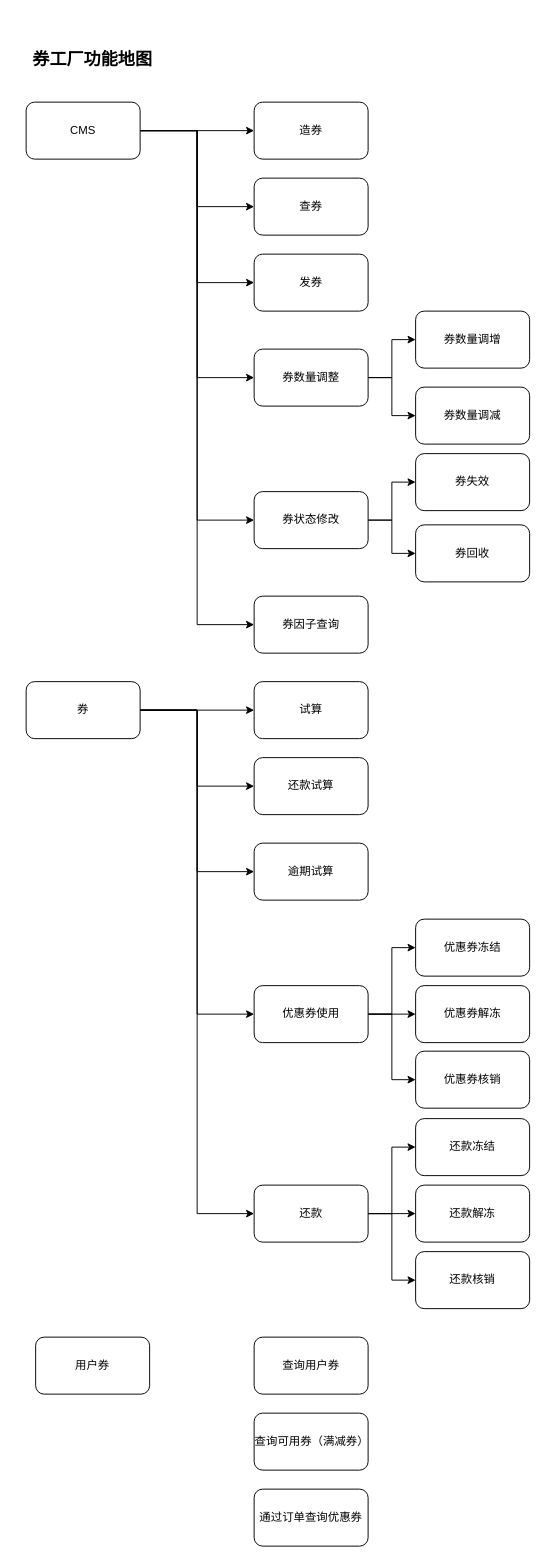
Earlier version of the draw.io diagram marketing/券_功能地图.drawio (gjie1991/draw). Source tidied: cells renumbered, new cells numbered last; positions are measured from the earlier drawing's top-left corner, leaving out a move shared by most shapes. Both pictures are drawn from the tidied source at 95%, with x=0, y=0 at pixel (16, 16).
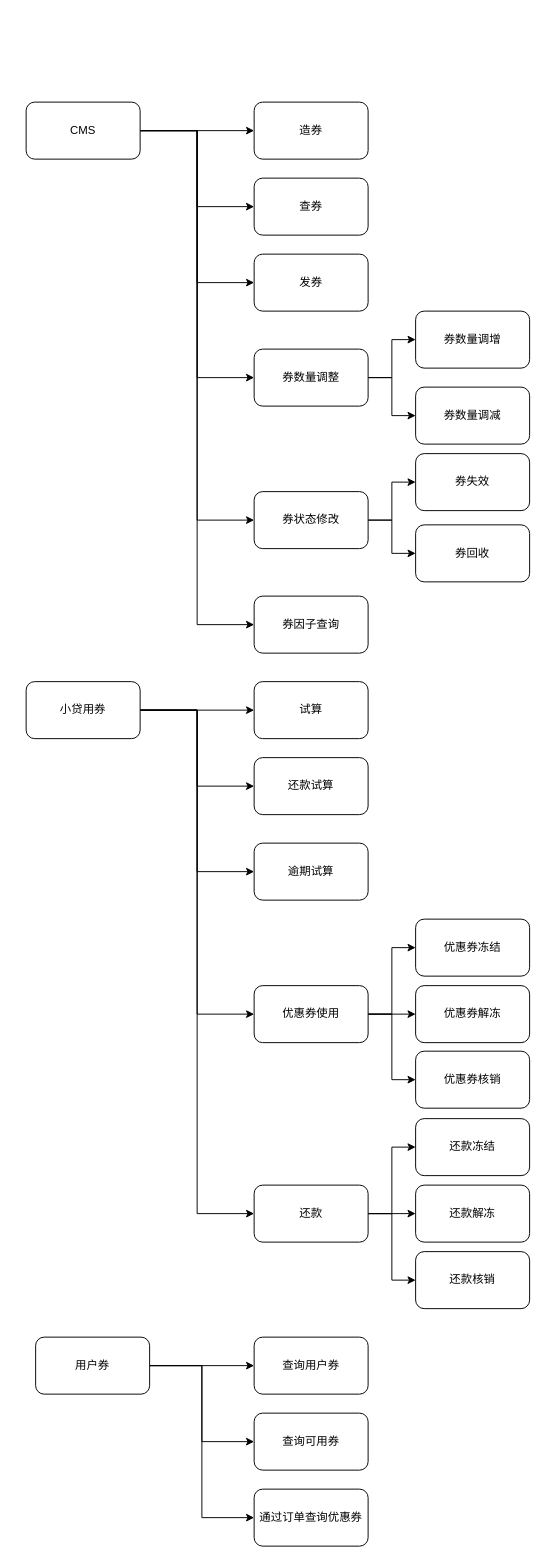
The same page after the edit.

Commit message:
更新券_功能地图.drawio

Unchanged cells that the change refers to:
```xml
<mxCell id="47" value="用户券" style="rounded=1;whiteSpace=wrap;html=1;" parent="1" vertex="1">
  <mxGeometry x="20" y="1390" width="120" height="60" as="geometry" />
</mxCell>
<mxCell id="48" value="查询用户券" style="rounded=1;whiteSpace=wrap;html=1;" parent="1" vertex="1">
  <mxGeometry x="250" y="1390" width="120" height="60" as="geometry" />
</mxCell>
<mxCell id="50" value="通过订单查询优惠券" style="rounded=1;whiteSpace=wrap;html=1;" parent="1" vertex="1">
  <mxGeometry x="250" y="1550" width="120" height="60" as="geometry" />
</mxCell>
```

The edit, as a diff of the source:
```diff
@@
-    <mxCell id="2" value="&lt;b&gt;&lt;font style=&quot;font-size: 18px;&quot;&gt;券工厂功能地图&lt;/font&gt;&lt;/b&gt;" style="text;html=1;strokeColor=none;fillColor=none;align=center;verticalAlign=middle;whiteSpace=wrap;rounded=0;" parent="1" vertex="1">
-      <mxGeometry width="160" height="90" as="geometry" />
-    </mxCell>
@@
-    <mxCell id="29" value="券" style="rounded=1;whiteSpace=wrap;html=1;" parent="1" vertex="1">
+    <mxCell id="29" value="小贷用券" style="rounded=1;whiteSpace=wrap;html=1;" parent="1" vertex="1">
       <mxGeometry x="10" y="700" width="120" height="60" as="geometry" />
     </mxCell>
@@
+    <mxCell id="51" style="edgeStyle=orthogonalEdgeStyle;rounded=0;jettySize=auto;html=1;entryX=0;entryY=0.5;entryDx=0;entryDy=0;" parent="1" edge="1" source="47" target="48">
+      <mxGeometry relative="1" as="geometry" />
+    </mxCell>
+    <mxCell id="52" style="edgeStyle=orthogonalEdgeStyle;rounded=0;jettySize=auto;html=1;entryX=0;entryY=0.5;entryDx=0;entryDy=0;" parent="1" edge="1" source="47" target="49">
+      <mxGeometry relative="1" as="geometry" />
+    </mxCell>
+    <mxCell id="53" style="edgeStyle=orthogonalEdgeStyle;rounded=0;jettySize=auto;html=1;entryX=0;entryY=0.5;entryDx=0;entryDy=0;" parent="1" edge="1" source="47" target="50">
+      <mxGeometry relative="1" as="geometry" />
+    </mxCell>
@@
-    <mxCell id="49" value="查询可用券（满减券）" style="rounded=1;whiteSpace=wrap;html=1;" parent="1" vertex="1">
+    <mxCell id="49" value="查询可用券" style="rounded=1;whiteSpace=wrap;html=1;" parent="1" vertex="1">
       <mxGeometry x="250" y="1470" width="120" height="60" as="geometry" />
     </mxCell>
```
